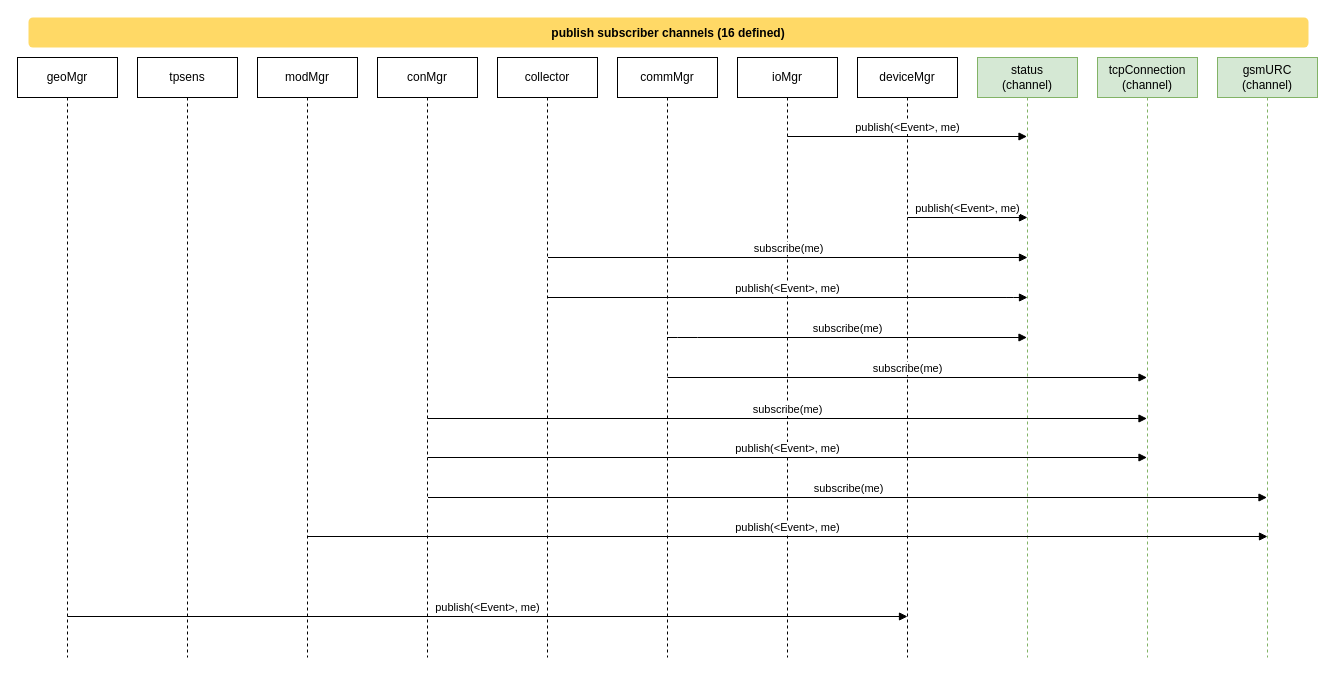
The draw.io diagram page "databus channels" (2 of 4) of models/structure-interaction/collector.drawio in vortexmakes/AgroIoT, before the edit. Source tidied: cells renumbered, new cells numbered last; positions are measured from the earlier drawing's top-left corner, leaving out a move shared by most shapes. Both pictures are drawn from the tidied source at 100%, with x=0, y=0 at pixel (17, 17).
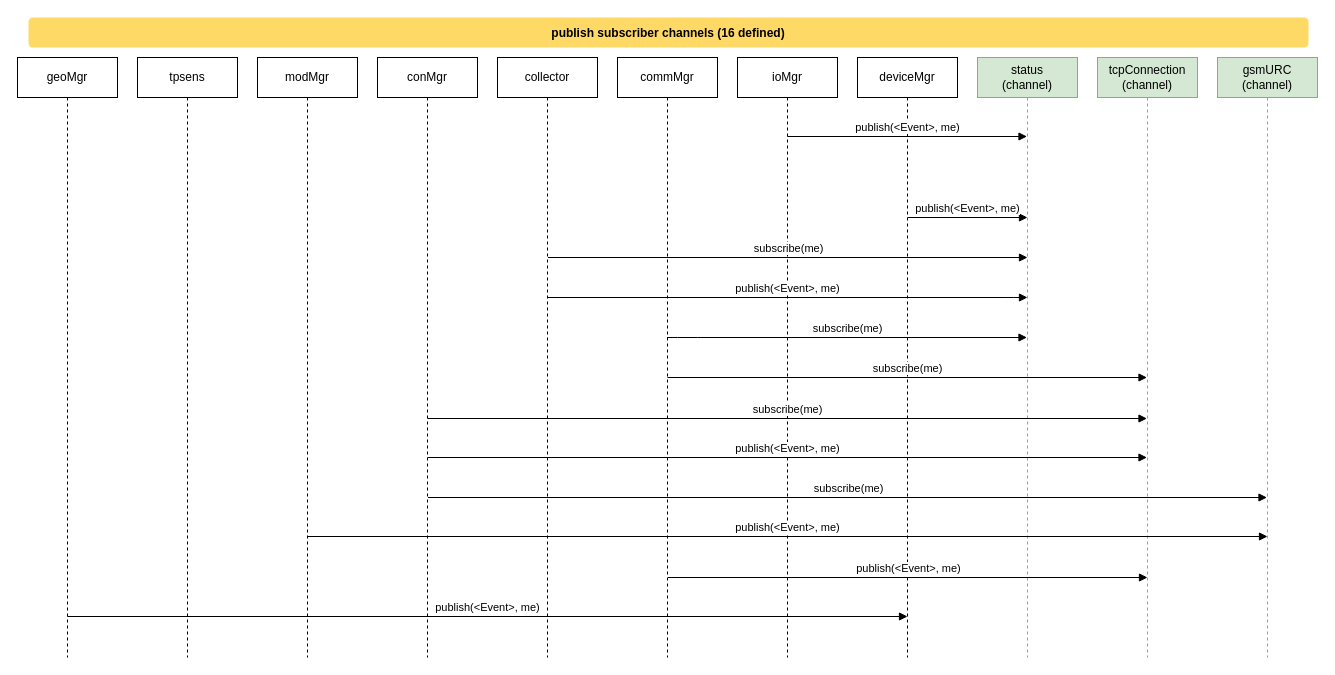
The same page after the edit.

Change to the diagram source:
```diff
@@
+    <mxCell id="25" value="publish(&amp;lt;Event&amp;gt;, me)" style="html=1;verticalAlign=bottom;endArrow=block;" parent="1" edge="1">
+      <mxGeometry relative="1" as="geometry">
+        <mxPoint x="650.5" y="560" as="sourcePoint" />
+        <mxPoint x="1130" y="560" as="targetPoint" />
+      </mxGeometry>
+    </mxCell>
```
